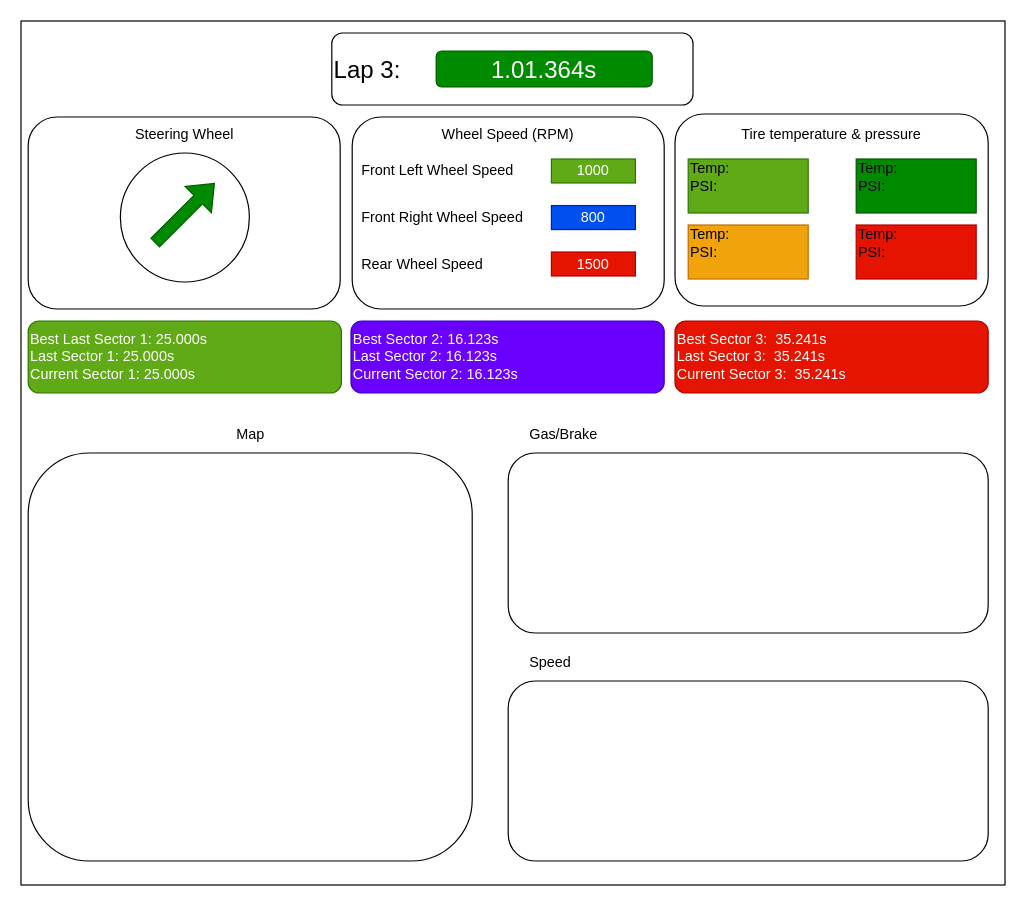
The draw.io diagram page "Lap sub page" (2 of 4) of pictures/WEB View dashboard.drawio in Yobeh-blek/FullSend_Logger, before the edit. Source tidied: cells renumbered, new cells numbered last; positions are measured from the earlier drawing's top-left corner, leaving out a move shared by most shapes. Both pictures are drawn from the tidied source at 120%, with x=0, y=0 at pixel (20, 20).
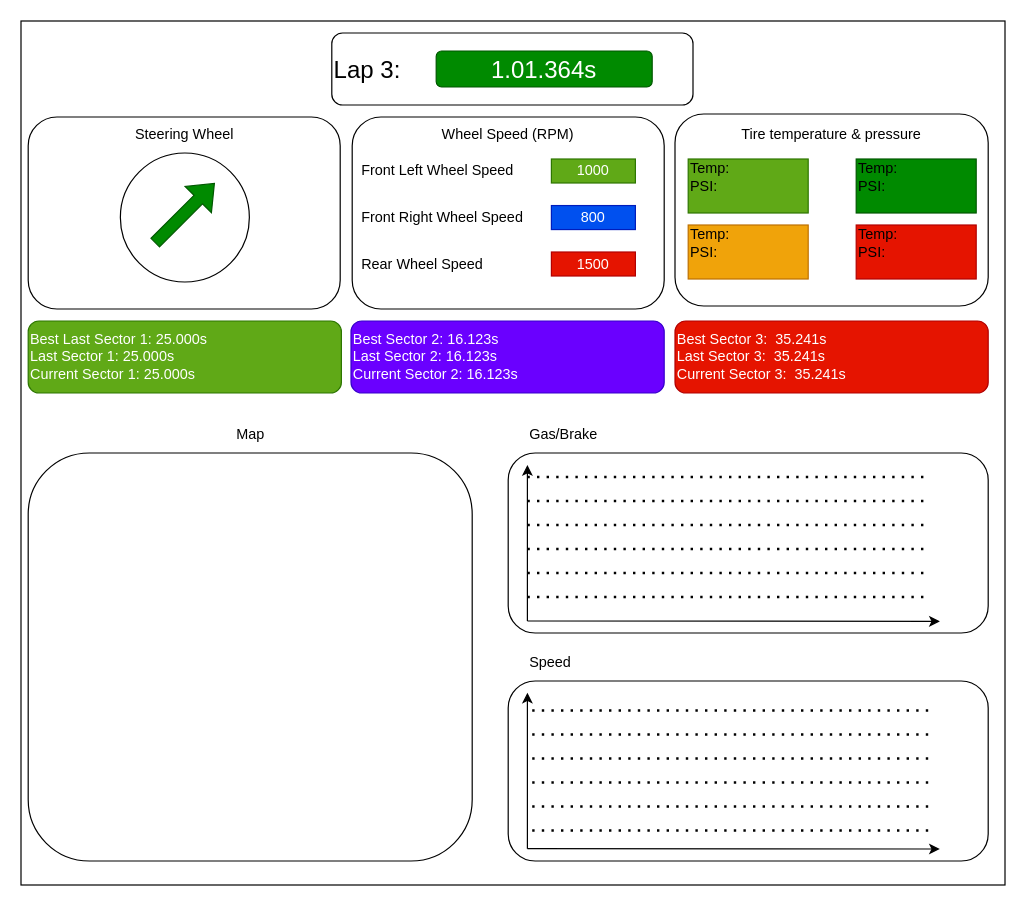
After the change.

Diff of the diagram source:
```diff
@@
+    <mxCell id="36" style="endArrow=classic;html=1;rounded=0;" parent="1" edge="1">
+      <mxGeometry relative="1" as="geometry">
+        <mxPoint x="422" y="500" as="sourcePoint" />
+        <mxPoint x="422" y="370" as="targetPoint" />
+      </mxGeometry>
+    </mxCell>
+    <mxCell id="37" style="endArrow=classic;html=1;rounded=0;exitX=0.25;exitY=0;exitDx=0;exitDy=0;" parent="1" edge="1">
+      <mxGeometry relative="1" as="geometry">
+        <mxPoint x="422" y="500" as="sourcePoint" />
+        <mxPoint x="765.7" y="500.3" as="targetPoint" />
+      </mxGeometry>
+    </mxCell>
+    <mxCell id="38" style="endArrow=classic;html=1;rounded=0;" parent="1" edge="1">
+      <mxGeometry relative="1" as="geometry">
+        <mxPoint x="422" y="689.7" as="sourcePoint" />
+        <mxPoint x="422" y="559.7" as="targetPoint" />
+      </mxGeometry>
+    </mxCell>
+    <mxCell id="39" style="endArrow=classic;html=1;rounded=0;exitX=0.25;exitY=0;exitDx=0;exitDy=0;" parent="1" edge="1">
+      <mxGeometry relative="1" as="geometry">
+        <mxPoint x="422" y="689.7" as="sourcePoint" />
+        <mxPoint x="765.7" y="690" as="targetPoint" />
+      </mxGeometry>
+    </mxCell>
+    <mxCell id="40" style="endArrow=none;dashed=1;html=1;dashPattern=1 3;strokeWidth=2;rounded=0;" parent="1" edge="1">
+      <mxGeometry relative="1" as="geometry">
+        <mxPoint x="422" y="480" as="sourcePoint" />
+        <mxPoint x="752" y="480" as="targetPoint" />
+      </mxGeometry>
+    </mxCell>
+    <mxCell id="41" style="endArrow=none;dashed=1;html=1;dashPattern=1 3;strokeWidth=2;rounded=0;" parent="1" edge="1">
+      <mxGeometry relative="1" as="geometry">
+        <mxPoint x="422" y="460" as="sourcePoint" />
+        <mxPoint x="752" y="460" as="targetPoint" />
+      </mxGeometry>
+    </mxCell>
+    <mxCell id="42" style="endArrow=none;dashed=1;html=1;dashPattern=1 3;strokeWidth=2;rounded=0;" parent="1" edge="1">
+      <mxGeometry relative="1" as="geometry">
+        <mxPoint x="422" y="440" as="sourcePoint" />
+        <mxPoint x="752" y="440" as="targetPoint" />
+      </mxGeometry>
+    </mxCell>
+    <mxCell id="43" style="endArrow=none;dashed=1;html=1;dashPattern=1 3;strokeWidth=2;rounded=0;" parent="1" edge="1">
+      <mxGeometry relative="1" as="geometry">
+        <mxPoint x="422" y="420" as="sourcePoint" />
+        <mxPoint x="752" y="420" as="targetPoint" />
+      </mxGeometry>
+    </mxCell>
+    <mxCell id="44" style="endArrow=none;dashed=1;html=1;dashPattern=1 3;strokeWidth=2;rounded=0;" parent="1" edge="1">
+      <mxGeometry relative="1" as="geometry">
+        <mxPoint x="422" y="400" as="sourcePoint" />
+        <mxPoint x="752" y="400" as="targetPoint" />
+      </mxGeometry>
+    </mxCell>
+    <mxCell id="45" style="endArrow=none;dashed=1;html=1;dashPattern=1 3;strokeWidth=2;rounded=0;" parent="1" edge="1">
+      <mxGeometry relative="1" as="geometry">
+        <mxPoint x="422" y="380" as="sourcePoint" />
+        <mxPoint x="752" y="380" as="targetPoint" />
+      </mxGeometry>
+    </mxCell>
+    <mxCell id="46" style="endArrow=none;dashed=1;html=1;dashPattern=1 3;strokeWidth=2;rounded=0;" parent="1" edge="1">
+      <mxGeometry relative="1" as="geometry">
+        <mxPoint x="426" y="674.6" as="sourcePoint" />
+        <mxPoint x="756" y="674.6" as="targetPoint" />
+      </mxGeometry>
+    </mxCell>
+    <mxCell id="47" style="endArrow=none;dashed=1;html=1;dashPattern=1 3;strokeWidth=2;rounded=0;" parent="1" edge="1">
+      <mxGeometry relative="1" as="geometry">
+        <mxPoint x="426" y="654.6" as="sourcePoint" />
+        <mxPoint x="756" y="654.6" as="targetPoint" />
+      </mxGeometry>
+    </mxCell>
+    <mxCell id="48" style="endArrow=none;dashed=1;html=1;dashPattern=1 3;strokeWidth=2;rounded=0;" parent="1" edge="1">
+      <mxGeometry relative="1" as="geometry">
+        <mxPoint x="426" y="634.6" as="sourcePoint" />
+        <mxPoint x="756" y="634.6" as="targetPoint" />
+      </mxGeometry>
+    </mxCell>
+    <mxCell id="49" style="endArrow=none;dashed=1;html=1;dashPattern=1 3;strokeWidth=2;rounded=0;" parent="1" edge="1">
+      <mxGeometry relative="1" as="geometry">
+        <mxPoint x="426" y="614.6" as="sourcePoint" />
+        <mxPoint x="756" y="614.6" as="targetPoint" />
+      </mxGeometry>
+    </mxCell>
+    <mxCell id="50" style="endArrow=none;dashed=1;html=1;dashPattern=1 3;strokeWidth=2;rounded=0;" parent="1" edge="1">
+      <mxGeometry relative="1" as="geometry">
+        <mxPoint x="426" y="594.6" as="sourcePoint" />
+        <mxPoint x="756" y="594.6" as="targetPoint" />
+      </mxGeometry>
+    </mxCell>
+    <mxCell id="51" style="endArrow=none;dashed=1;html=1;dashPattern=1 3;strokeWidth=2;rounded=0;" parent="1" edge="1">
+      <mxGeometry relative="1" as="geometry">
+        <mxPoint x="426" y="574.6" as="sourcePoint" />
+        <mxPoint x="756" y="574.6" as="targetPoint" />
+      </mxGeometry>
+    </mxCell>
```
